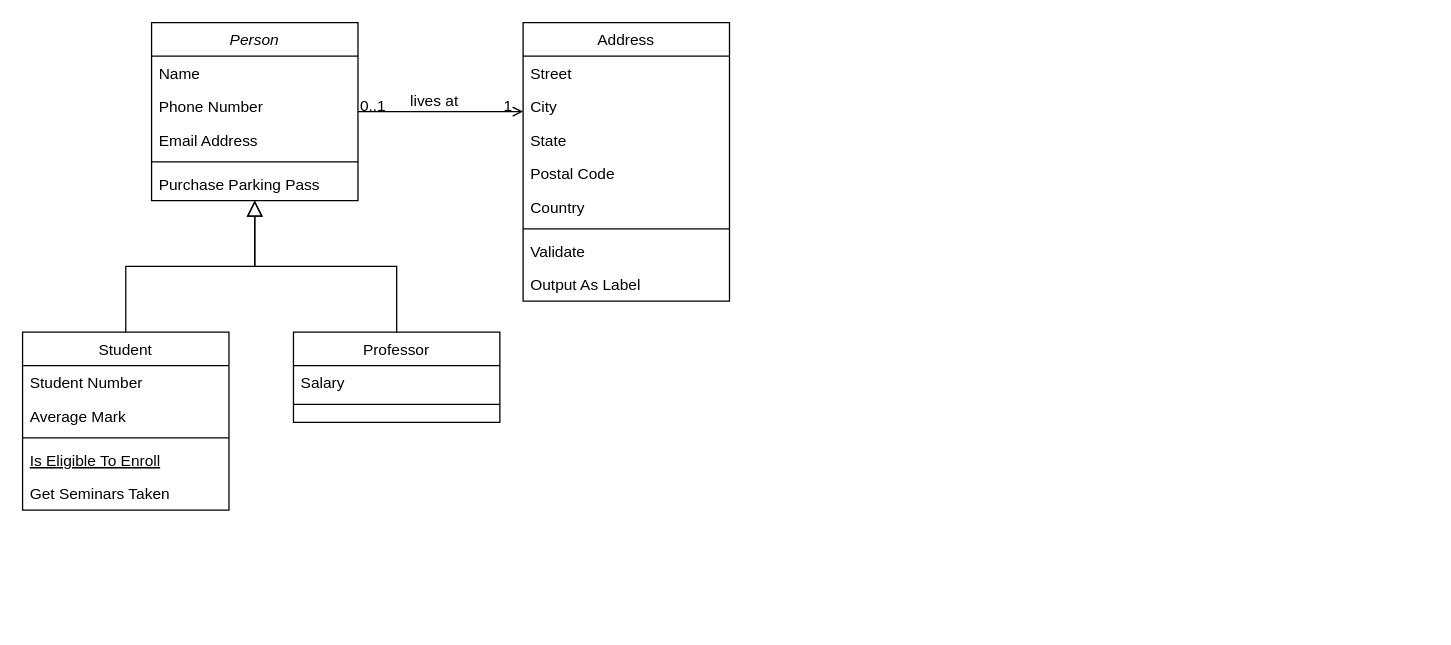
This is page "Page-1" (1 of 2) of 未命名绘图.drawio from CapitalMobile/swift_giselle_practice, a draw.io file, before an edit. Source tidied: cells renumbered, new cells numbered last; positions are measured from the earlier drawing's top-left corner, leaving out a move shared by most shapes. Both pictures are drawn from the tidied source at 129%, with x=0, y=0 at pixel (22, 22).
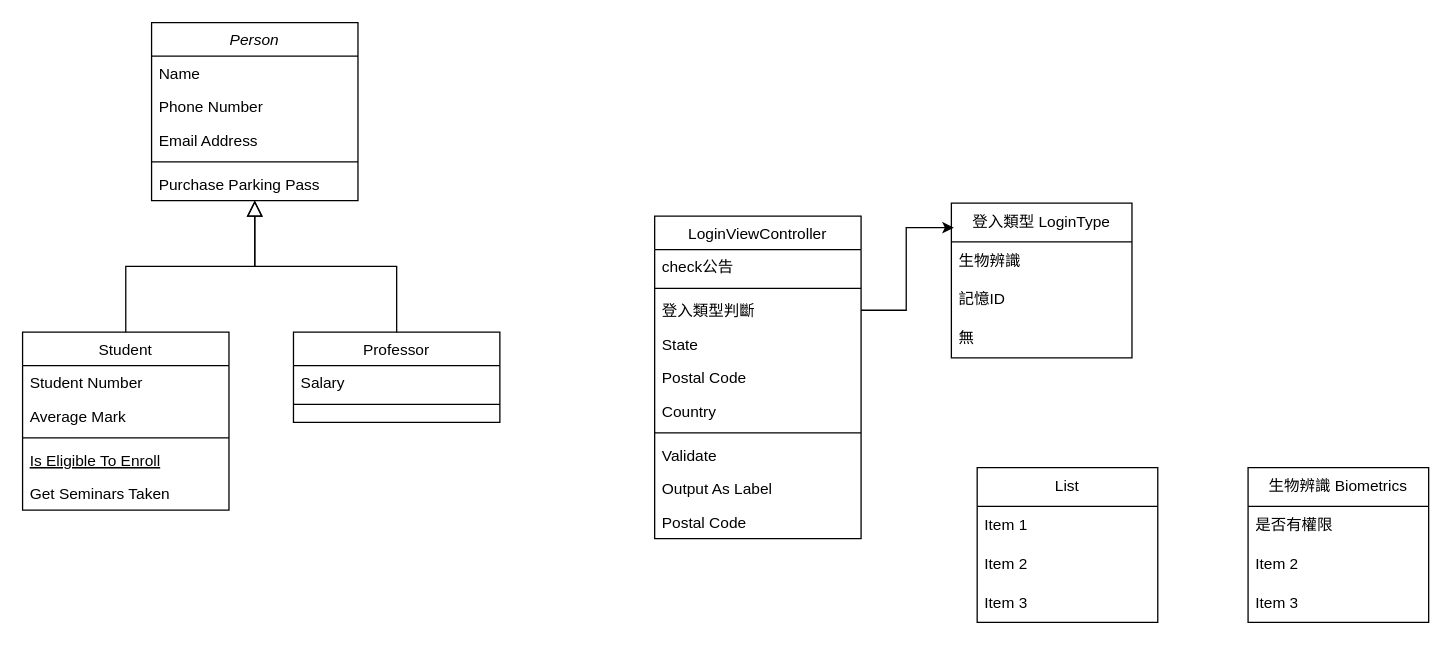
The same diagram, later.

Commit message:
更新未命名绘图.drawio

The change refers to these unchanged cells:
```xml
<mxCell id="2" value="Person" style="swimlane;fontStyle=2;align=center;verticalAlign=top;horizontal=1;startSize=26;rounded=0;shadow=0;strokeWidth=1;" parent="1" vertex="1">
  <mxGeometry x="100" width="160" height="138" as="geometry" />
</mxCell>
```

Change to the diagram source:
```diff
@@
-    <mxCell id="19" value="Address" style="swimlane;fontStyle=0;align=center;verticalAlign=top;horizontal=1;startSize=26;rounded=0;shadow=0;strokeWidth=1;" parent="1" vertex="1">
-      <mxGeometry x="388" width="160" height="216" as="geometry" />
+    <mxCell id="19" value="LoginViewController" style="swimlane;fontStyle=0;align=center;verticalAlign=top;horizontal=1;startSize=26;rounded=0;shadow=0;strokeWidth=1;" parent="1" vertex="1">
+      <mxGeometry x="490" y="150" width="160" height="250" as="geometry" />
     </mxCell>
-    <mxCell id="20" value="Street" style="text;align=left;verticalAlign=top;spacingLeft=4;spacingRight=4;overflow=hidden;" parent="19" vertex="1">
+    <mxCell id="20" value="check公告" style="text;align=left;verticalAlign=top;spacingLeft=4;spacingRight=4;overflow=hidden;" parent="19" vertex="1">
       <mxGeometry y="26" width="160" height="26" as="geometry" />
     </mxCell>
+    <mxCell id="32" style="line;html=1;strokeWidth=1;align=left;verticalAlign=middle;spacingTop=-1;spacingLeft=3;spacingRight=3;labelPosition=right;" parent="19" vertex="1">
+      <mxGeometry y="52" width="160" height="8" as="geometry" />
+    </mxCell>
-    <mxCell id="21" value="City" style="text;align=left;verticalAlign=top;spacingLeft=4;spacingRight=4;overflow=hidden;points=[[0,0.5],[1,0.5]];portConstraint=eastwest;rounded=0;shadow=0;html=0;" parent="19" vertex="1">
-      <mxGeometry y="52" width="160" height="26" as="geometry" />
+    <mxCell id="21" value="登入類型判斷" style="text;align=left;verticalAlign=top;spacingLeft=4;spacingRight=4;overflow=hidden;points=[[0,0.5],[1,0.5]];portConstraint=eastwest;rounded=0;shadow=0;html=0;" parent="19" vertex="1">
+      <mxGeometry y="60" width="160" height="26" as="geometry" />
     </mxCell>
     <mxCell id="22" value="State" style="text;align=left;verticalAlign=top;spacingLeft=4;spacingRight=4;overflow=hidden;rounded=0;shadow=0;html=0;" parent="19" vertex="1">
-      <mxGeometry y="78" width="160" height="26" as="geometry" />
+      <mxGeometry y="86" width="160" height="26" as="geometry" />
     </mxCell>
     <mxCell id="23" value="Postal Code" style="text;align=left;verticalAlign=top;spacingLeft=4;spacingRight=4;overflow=hidden;rounded=0;shadow=0;html=0;" parent="19" vertex="1">
-      <mxGeometry y="104" width="160" height="26" as="geometry" />
+      <mxGeometry y="112" width="160" height="26" as="geometry" />
     </mxCell>
     <mxCell id="24" value="Country" style="text;align=left;verticalAlign=top;spacingLeft=4;spacingRight=4;overflow=hidden;rounded=0;shadow=0;html=0;" parent="19" vertex="1">
-      <mxGeometry y="130" width="160" height="26" as="geometry" />
+      <mxGeometry y="138" width="160" height="26" as="geometry" />
     </mxCell>
     <mxCell id="25" style="line;html=1;strokeWidth=1;align=left;verticalAlign=middle;spacingTop=-1;spacingLeft=3;spacingRight=3;labelPosition=right;" parent="19" vertex="1">
-      <mxGeometry y="156" width="160" height="8" as="geometry" />
+      <mxGeometry y="164" width="160" height="8" as="geometry" />
     </mxCell>
     <mxCell id="26" value="Validate" style="text;align=left;verticalAlign=top;spacingLeft=4;spacingRight=4;overflow=hidden;" parent="19" vertex="1">
-      <mxGeometry y="164" width="160" height="26" as="geometry" />
+      <mxGeometry y="172" width="160" height="26" as="geometry" />
     </mxCell>
     <mxCell id="27" value="Output As Label" style="text;align=left;verticalAlign=top;spacingLeft=4;spacingRight=4;overflow=hidden;" parent="19" vertex="1">
-      <mxGeometry y="190" width="160" height="26" as="geometry" />
+      <mxGeometry y="198" width="160" height="26" as="geometry" />
     </mxCell>
-    <mxCell id="28" style="endArrow=open;shadow=0;strokeWidth=1;rounded=0;endFill=1;edgeStyle=elbowEdgeStyle;elbow=vertical;" parent="1" edge="1" source="2" target="19">
-      <mxGeometry x="0.5" y="41" relative="1" as="geometry">
-        <mxPoint x="-40" y="32" as="offset" />
-      </mxGeometry>
-    </mxCell>
-    <mxCell id="29" value="0..1" style="align=left;verticalAlign=bottom;labelBackgroundColor=none;fontSize=12;" parent="28" vertex="1">
-      <mxGeometry x="-1" relative="1" as="geometry">
-        <mxPoint y="4" as="offset" />
-      </mxGeometry>
-    </mxCell>
-    <mxCell id="30" value="1" style="align=right;verticalAlign=bottom;labelBackgroundColor=none;fontSize=12;" parent="28" vertex="1">
-      <mxGeometry x="1" relative="1" as="geometry">
-        <mxPoint x="-7" y="4" as="offset" />
-      </mxGeometry>
-    </mxCell>
-    <mxCell id="31" value="lives at" style="text;html=1;align=center;verticalAlign=middle;labelBackgroundColor=none;rounded=0;shadow=0;strokeWidth=1;fontSize=12;" parent="28" vertex="1">
-      <mxGeometry x="0.5" y="49" relative="1" as="geometry">
-        <mxPoint x="-38" y="40" as="offset" />
-      </mxGeometry>
-    </mxCell>
+    <mxCell id="33" value="Postal Code" style="text;align=left;verticalAlign=top;spacingLeft=4;spacingRight=4;overflow=hidden;rounded=0;shadow=0;html=0;" parent="19" vertex="1">
+      <mxGeometry y="224" width="160" height="26" as="geometry" />
+    </mxCell>
+    <mxCell id="34" value="登入類型 LoginType" style="swimlane;fontStyle=0;horizontal=1;startSize=30;whiteSpace=wrap;html=1;" parent="1" vertex="1">
+      <mxGeometry x="720" y="140" width="140" height="120" as="geometry" />
+    </mxCell>
+    <mxCell id="35" value="生物辨識" style="text;strokeColor=none;fillColor=none;align=left;verticalAlign=middle;spacingLeft=4;spacingRight=4;overflow=hidden;whiteSpace=wrap;html=1;" parent="34" vertex="1">
+      <mxGeometry y="30" width="140" height="30" as="geometry" />
+    </mxCell>
+    <mxCell id="36" value="記憶ID" style="text;strokeColor=none;fillColor=none;align=left;verticalAlign=middle;spacingLeft=4;spacingRight=4;overflow=hidden;whiteSpace=wrap;html=1;" parent="34" vertex="1">
+      <mxGeometry y="60" width="140" height="30" as="geometry" />
+    </mxCell>
+    <mxCell id="37" value="無" style="text;strokeColor=none;fillColor=none;align=left;verticalAlign=middle;spacingLeft=4;spacingRight=4;overflow=hidden;whiteSpace=wrap;html=1;" parent="34" vertex="1">
+      <mxGeometry y="90" width="140" height="30" as="geometry" />
+    </mxCell>
+    <mxCell id="38" style="edgeStyle=orthogonalEdgeStyle;rounded=0;jettySize=auto;html=1;entryX=0.014;entryY=0.158;entryDx=0;entryDy=0;entryPerimeter=0;" parent="1" edge="1" source="21" target="34">
+      <mxGeometry relative="1" as="geometry" />
+    </mxCell>
+    <mxCell id="39" value="生物辨識 Biometrics" style="swimlane;fontStyle=0;horizontal=1;startSize=30;whiteSpace=wrap;html=1;" parent="1" vertex="1">
+      <mxGeometry x="950" y="345" width="140" height="120" as="geometry" />
+    </mxCell>
+    <mxCell id="40" value="是否有權限" style="text;strokeColor=none;fillColor=none;align=left;verticalAlign=middle;spacingLeft=4;spacingRight=4;overflow=hidden;whiteSpace=wrap;html=1;" parent="39" vertex="1">
+      <mxGeometry y="30" width="140" height="30" as="geometry" />
+    </mxCell>
+    <mxCell id="41" value="Item 2" style="text;strokeColor=none;fillColor=none;align=left;verticalAlign=middle;spacingLeft=4;spacingRight=4;overflow=hidden;whiteSpace=wrap;html=1;" parent="39" vertex="1">
+      <mxGeometry y="60" width="140" height="30" as="geometry" />
+    </mxCell>
+    <mxCell id="42" value="Item 3" style="text;strokeColor=none;fillColor=none;align=left;verticalAlign=middle;spacingLeft=4;spacingRight=4;overflow=hidden;whiteSpace=wrap;html=1;" parent="39" vertex="1">
+      <mxGeometry y="90" width="140" height="30" as="geometry" />
+    </mxCell>
+    <mxCell id="43" value="List" style="swimlane;fontStyle=0;horizontal=1;startSize=30;whiteSpace=wrap;html=1;" parent="1" vertex="1">
+      <mxGeometry x="740" y="345" width="140" height="120" as="geometry" />
+    </mxCell>
+    <mxCell id="44" value="Item 1" style="text;strokeColor=none;fillColor=none;align=left;verticalAlign=middle;spacingLeft=4;spacingRight=4;overflow=hidden;whiteSpace=wrap;html=1;" parent="43" vertex="1">
+      <mxGeometry y="30" width="140" height="30" as="geometry" />
+    </mxCell>
+    <mxCell id="45" value="Item 2" style="text;strokeColor=none;fillColor=none;align=left;verticalAlign=middle;spacingLeft=4;spacingRight=4;overflow=hidden;whiteSpace=wrap;html=1;" parent="43" vertex="1">
+      <mxGeometry y="60" width="140" height="30" as="geometry" />
+    </mxCell>
+    <mxCell id="46" value="Item 3" style="text;strokeColor=none;fillColor=none;align=left;verticalAlign=middle;spacingLeft=4;spacingRight=4;overflow=hidden;whiteSpace=wrap;html=1;" parent="43" vertex="1">
+      <mxGeometry y="90" width="140" height="30" as="geometry" />
+    </mxCell>
```
